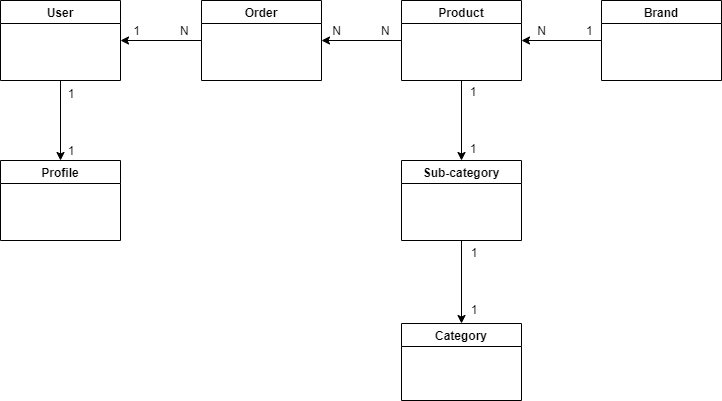
Above: docs/db_graph.drawio.png in bastonc/shop_sound (draw.io), before the change. Source tidied: cells renumbered, new cells last; positions are measured from the earlier drawing's top-left corner, leaving out a move shared by most shapes.
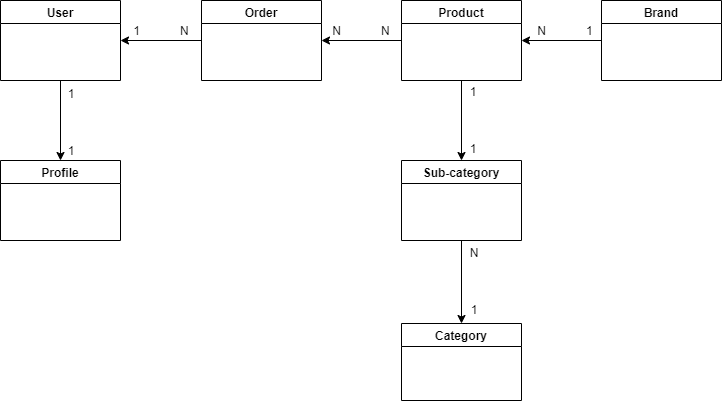
The same file after the commit.

Diff of the diagram source:
```diff
@@ -56,7 +56,7 @@
     <mxCell id="19" value="1&lt;br&gt;&lt;br&gt;&lt;br&gt;&lt;br&gt;1" style="text;html=1;strokeColor=none;fillColor=none;align=center;verticalAlign=middle;whiteSpace=wrap;rounded=0;" parent="1" vertex="1">
       <mxGeometry x="443" y="105" width="60" height="30" as="geometry" />
     </mxCell>
-    <mxCell id="20" value="1&lt;br&gt;&lt;br&gt;&lt;br&gt;&lt;br&gt;1" style="text;html=1;strokeColor=none;fillColor=none;align=center;verticalAlign=middle;whiteSpace=wrap;rounded=0;" parent="1" vertex="1">
+    <mxCell id="20" value="N&lt;br&gt;&lt;br&gt;&lt;br&gt;&lt;br&gt;1" style="text;html=1;strokeColor=none;fillColor=none;align=center;verticalAlign=middle;whiteSpace=wrap;rounded=0;" parent="1" vertex="1">
       <mxGeometry x="444" y="266" width="60" height="30" as="geometry" />
     </mxCell>
   </root>
```
